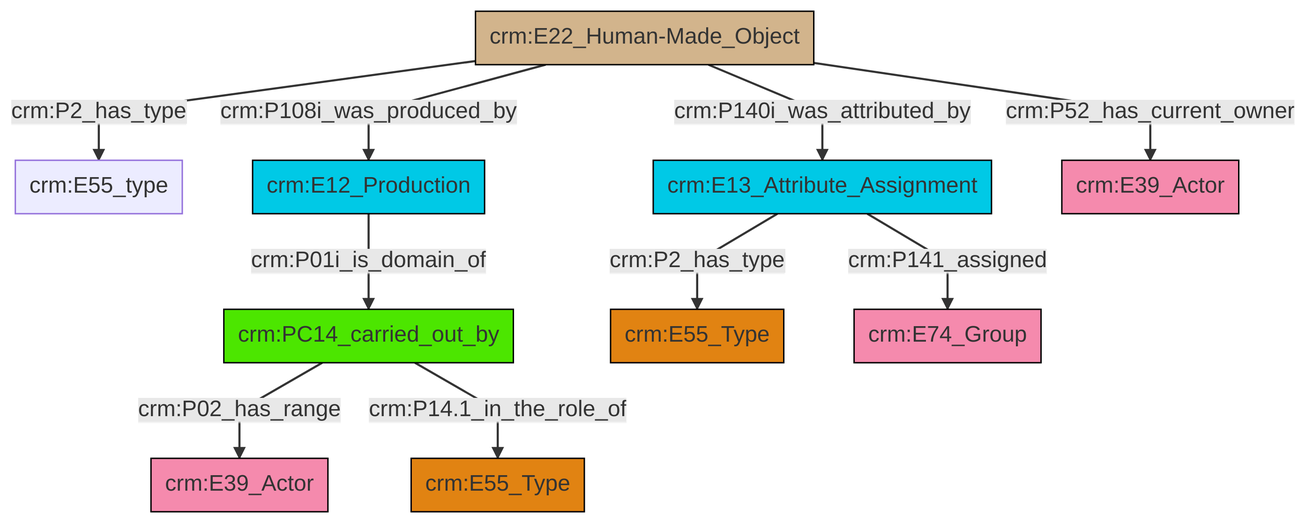
swiss-art-research-net/reference-data-models keeps this Mermaid diagram as et/builtWorkCSV/ttl/mmd/png/Built_Work_actor_relations.png. Above is the earlier version. Its source is kept beside it as et/builtWorkCSV/ttl/mmd/Built_Work_actor_relations.ttl.mmd.
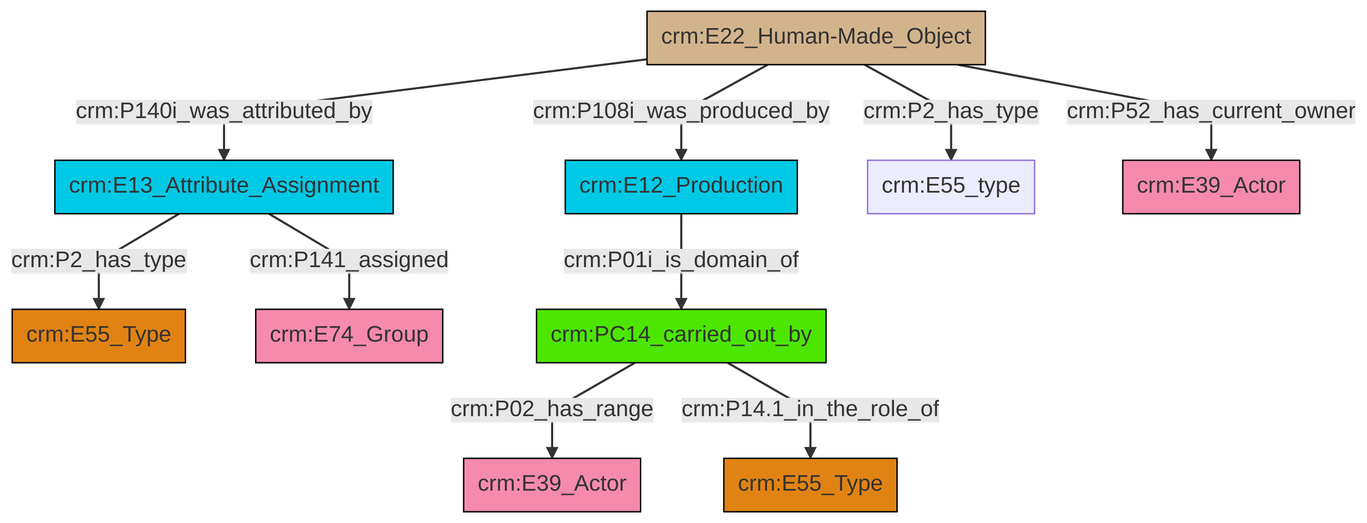
After the change.

The edit, as a diff of the source:
```diff
@@ -13,12 +13,12 @@
 classDef PC_Classes fill:#4ce600, stroke:#000000;
 classDef Multi fill:#cccccc,stroke:#000000;
 
-2["crm:E13_Attribute_Assignment"]:::Temporal_Entity -->|crm:P2_has_type| 0["crm:E55_Type"]:::Type
-4["crm:PC14_carried_out_by"]:::PC_Classes -->|crm:P02_has_range| 5["crm:E39_Actor"]:::Actor
-6["crm:E22_Human-Made_Object"]:::Physical_Thing -->|crm:P2_has_type| 7["crm:E55_type"]:::Default
-6["crm:E22_Human-Made_Object"]:::Physical_Thing -->|crm:P108i_was_produced_by| 9["crm:E12_Production"]:::Temporal_Entity
-6["crm:E22_Human-Made_Object"]:::Physical_Thing -->|crm:P140i_was_attributed_by| 2["crm:E13_Attribute_Assignment"]:::Temporal_Entity
-6["crm:E22_Human-Made_Object"]:::Physical_Thing -->|crm:P52_has_current_owner| 11["crm:E39_Actor"]:::Actor
-2["crm:E13_Attribute_Assignment"]:::Temporal_Entity -->|crm:P141_assigned| 12["crm:E74_Group"]:::Actor
-4["crm:PC14_carried_out_by"]:::PC_Classes -->|crm:P14.1_in_the_role_of| 17["crm:E55_Type"]:::Type
-9["crm:E12_Production"]:::Temporal_Entity -->|crm:P01i_is_domain_of| 4["crm:PC14_carried_out_by"]:::PC_Classes
+6["crm:E13_Attribute_Assignment"]:::Temporal_Entity -->|crm:P141_assigned| 7["crm:E74_Group"]:::Actor
+6["crm:E13_Attribute_Assignment"]:::Temporal_Entity -->|crm:P2_has_type| 4["crm:E55_Type"]:::Type
+8["crm:E22_Human-Made_Object"]:::Physical_Thing -->|crm:P140i_was_attributed_by| 6["crm:E13_Attribute_Assignment"]:::Temporal_Entity
+2["crm:E12_Production"]:::Temporal_Entity -->|crm:P01i_is_domain_of| 9["crm:PC14_carried_out_by"]:::PC_Classes
+9["crm:PC14_carried_out_by"]:::PC_Classes -->|crm:P02_has_range| 0["crm:E39_Actor"]:::Actor
+9["crm:PC14_carried_out_by"]:::PC_Classes -->|crm:P14.1_in_the_role_of| 12["crm:E55_Type"]:::Type
+8["crm:E22_Human-Made_Object"]:::Physical_Thing -->|crm:P52_has_current_owner| 18["crm:E39_Actor"]:::Actor
+8["crm:E22_Human-Made_Object"]:::Physical_Thing -->|crm:P2_has_type| 15["crm:E55_type"]:::Default
+8["crm:E22_Human-Made_Object"]:::Physical_Thing -->|crm:P108i_was_produced_by| 2["crm:E12_Production"]:::Temporal_Entity
```
